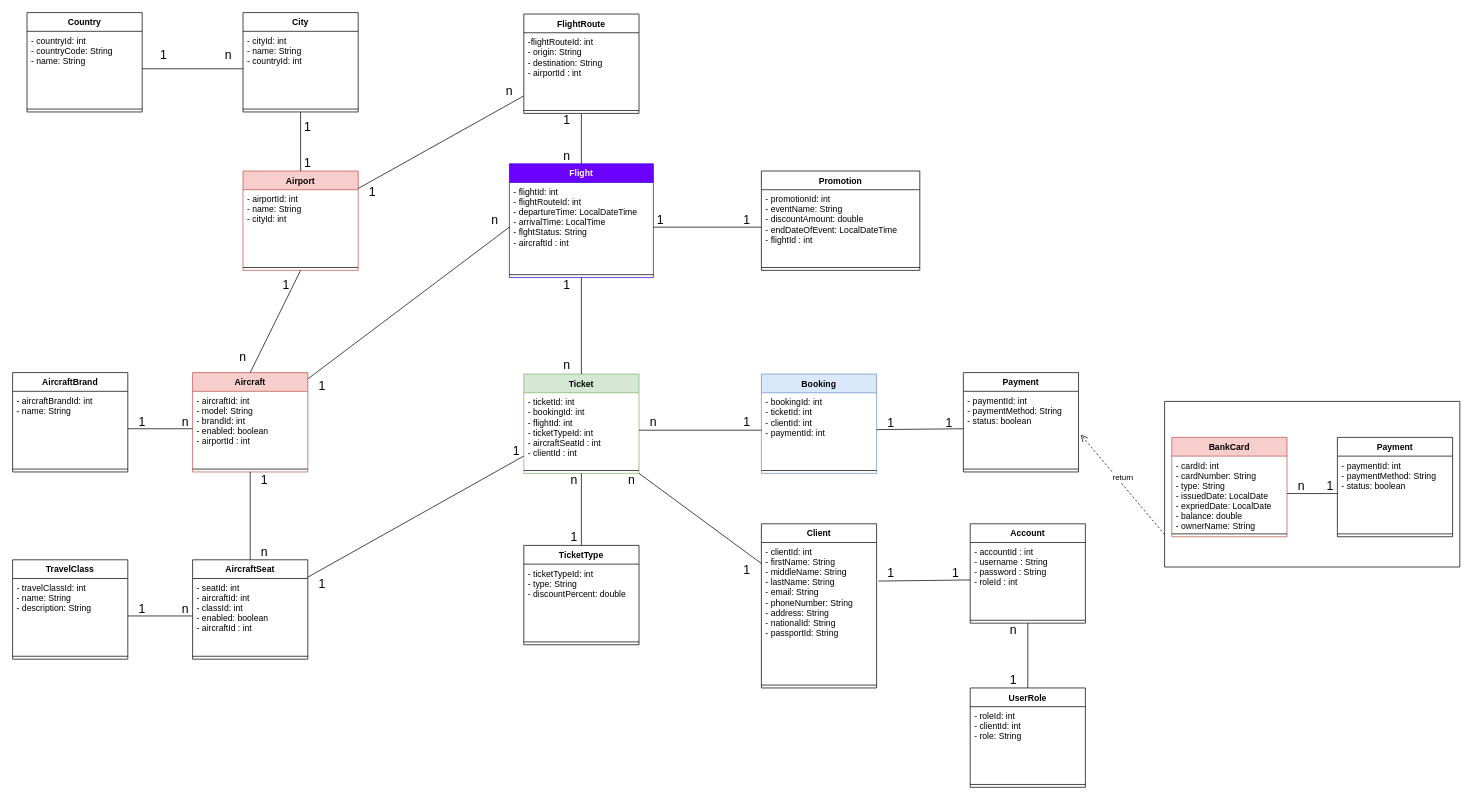
This is page "Page-3" (3 of 4) of Design (1).drawio from Minh-Huy-FlightBooking/flightbookingsystem, a draw.io file, before an edit. Source tidied: cells renumbered, new cells numbered last; positions are measured from the earlier drawing's top-left corner, leaving out a move shared by most shapes. Both pictures are drawn from the tidied source at 72%, with x=0, y=0 at pixel (12, 12).
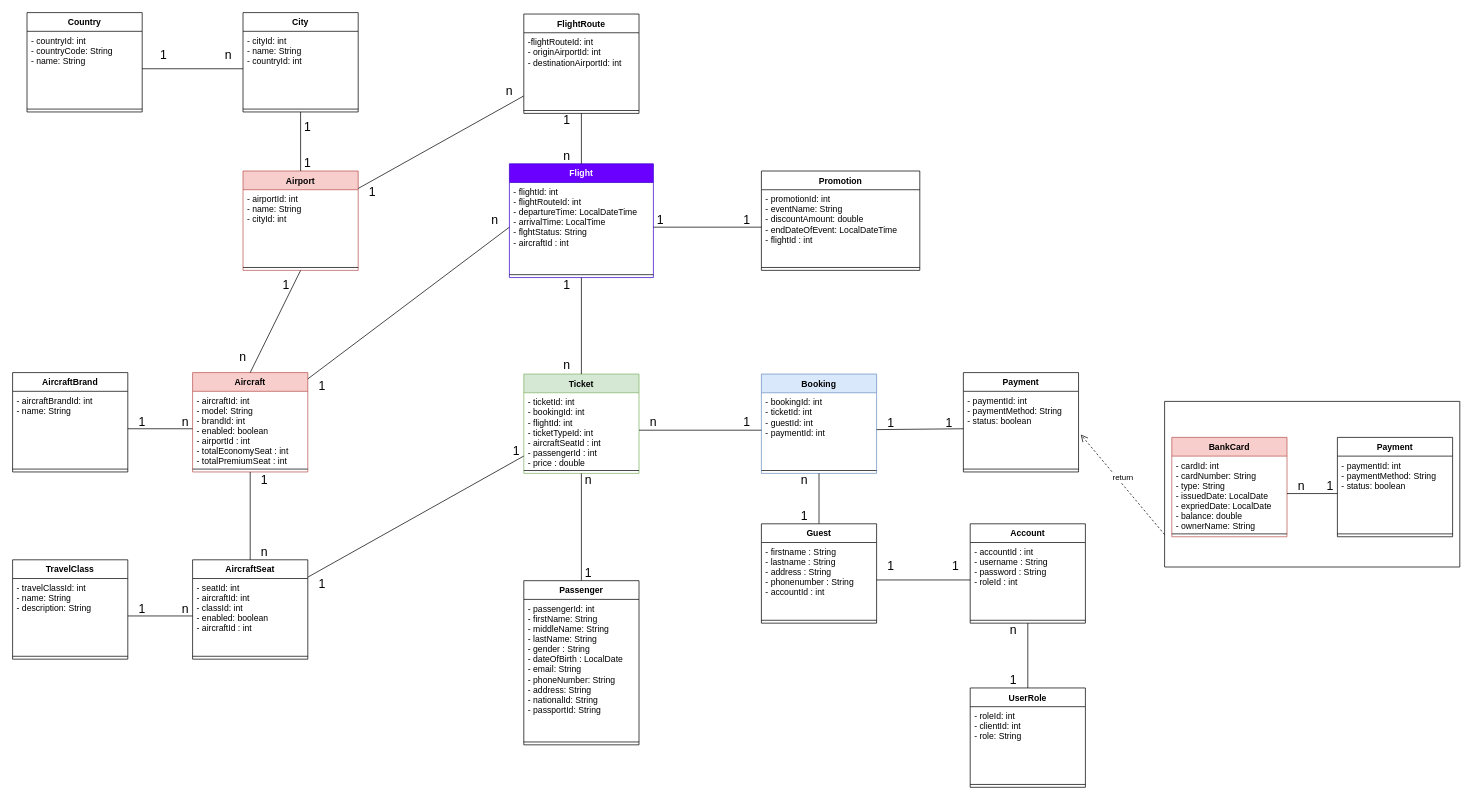
The same page after the edit.

The change refers to these unchanged cells:
```xml
<mxCell id="2" value="Booking" style="swimlane;fontStyle=1;align=center;verticalAlign=top;horizontal=1;startSize=26;fillColor=#dae8fc;strokeColor=#6c8ebf;" parent="1" vertex="1">
  <mxGeometry x="1040" y="502" width="160" height="138" as="geometry" />
</mxCell>
<mxCell id="8" value="Aircraft" style="swimlane;fontStyle=1;align=center;verticalAlign=top;horizontal=1;startSize=26;fillColor=#f8cecc;strokeColor=#b85450;" parent="1" vertex="1">
  <mxGeometry x="250" y="500" width="160" height="138" as="geometry" />
</mxCell>
<mxCell id="17" value="Ticket" style="swimlane;fontStyle=1;align=center;verticalAlign=top;horizontal=1;startSize=26;fillColor=#d5e8d4;strokeColor=#82b366;" parent="1" vertex="1">
  <mxGeometry x="710" y="502" width="160" height="138" as="geometry" />
</mxCell>
<mxCell id="38" value="FlightRoute" style="swimlane;fontStyle=1;align=center;verticalAlign=top;horizontal=1;startSize=26;" parent="1" vertex="1">
  <mxGeometry x="710" y="2" width="160" height="138" as="geometry" />
</mxCell>
<mxCell id="75" value="- accountId : int&#10;- username : String&#10;- password : String&#10;- roleId : int" style="text;strokeColor=none;fillColor=none;align=left;verticalAlign=top;spacingLeft=4;spacingRight=4;overflow=hidden;points=[[0,0.5],[1,0.5]];portConstraint=eastwest;" parent="74" vertex="1">
  <mxGeometry y="26" width="160" height="104" as="geometry" />
</mxCell>
```

Diff of the diagram source:
```diff
@@
-    <mxCell id="3" value="- bookingId: int&#10;- ticketId: int&#10;- clientId: int&#10;- paymentId: int&#10;" style="text;strokeColor=none;fillColor=none;align=left;verticalAlign=top;spacingLeft=4;spacingRight=4;overflow=hidden;points=[[0,0.5],[1,0.5]];portConstraint=eastwest;" parent="2" vertex="1">
+    <mxCell id="3" value="- bookingId: int&#10;- ticketId: int&#10;- guestId: int&#10;- paymentId: int&#10;" style="text;strokeColor=none;fillColor=none;align=left;verticalAlign=top;spacingLeft=4;spacingRight=4;overflow=hidden;points=[[0,0.5],[1,0.5]];portConstraint=eastwest;" parent="2" vertex="1">
       <mxGeometry y="26" width="160" height="104" as="geometry" />
     </mxCell>
@@
-    <mxCell id="9" value="- aircraftId: int&#10;- model: String&#10;- brandId: int&#10;- enabled: boolean&#10;- airportId : int" style="text;strokeColor=none;fillColor=none;align=left;verticalAlign=top;spacingLeft=4;spacingRight=4;overflow=hidden;points=[[0,0.5],[1,0.5]];portConstraint=eastwest;" parent="8" vertex="1">
+    <mxCell id="9" value="- aircraftId: int&#10;- model: String&#10;- brandId: int&#10;- enabled: boolean&#10;- airportId : int&#10;- totalEconomySeat : int&#10;- totalPremiumSeat : int" style="text;strokeColor=none;fillColor=none;align=left;verticalAlign=top;spacingLeft=4;spacingRight=4;overflow=hidden;points=[[0,0.5],[1,0.5]];portConstraint=eastwest;" parent="8" vertex="1">
       <mxGeometry y="26" width="160" height="104" as="geometry" />
     </mxCell>
@@
-    <mxCell id="18" value="- ticketId: int&#10;- bookingId: int&#10;- flightId: int&#10;- ticketTypeId: int&#10;- aircraftSeatId : int&#10;- clientId : int" style="text;strokeColor=none;fillColor=none;align=left;verticalAlign=top;spacingLeft=4;spacingRight=4;overflow=hidden;points=[[0,0.5],[1,0.5]];portConstraint=eastwest;" parent="17" vertex="1">
+    <mxCell id="18" value="- ticketId: int&#10;- bookingId: int&#10;- flightId: int&#10;- ticketTypeId: int&#10;- aircraftSeatId : int&#10;- passengerId : int&#10;- price : double" style="text;strokeColor=none;fillColor=none;align=left;verticalAlign=top;spacingLeft=4;spacingRight=4;overflow=hidden;points=[[0,0.5],[1,0.5]];portConstraint=eastwest;" parent="17" vertex="1">
       <mxGeometry y="26" width="160" height="104" as="geometry" />
     </mxCell>
@@
-    <mxCell id="20" value="Client" style="swimlane;fontStyle=1;align=center;verticalAlign=top;horizontal=1;startSize=26;" parent="1" vertex="1">
-      <mxGeometry x="1040" y="710" width="160" height="228" as="geometry" />
+    <mxCell id="20" value="Passenger" style="swimlane;fontStyle=1;align=center;verticalAlign=top;horizontal=1;startSize=26;" parent="1" vertex="1">
+      <mxGeometry x="710" y="789" width="160" height="228" as="geometry" />
     </mxCell>
-    <mxCell id="21" value="- clientId: int&#10;- firstName: String&#10;- middleName: String&#10;- lastName: String&#10;- email: String&#10;- phoneNumber: String&#10;- address: String&#10;- nationalId: String&#10;- passportId: String" style="text;strokeColor=none;fillColor=none;align=left;verticalAlign=top;spacingLeft=4;spacingRight=4;overflow=hidden;points=[[0,0.5],[1,0.5]];portConstraint=eastwest;" parent="20" vertex="1">
+    <mxCell id="21" value="- passengerId: int&#10;- firstName: String&#10;- middleName: String&#10;- lastName: String&#10;- gender : String&#10;- dateOfBirth : LocalDate&#10;- email: String&#10;- phoneNumber: String&#10;- address: String&#10;- nationalId: String&#10;- passportId: String" style="text;strokeColor=none;fillColor=none;align=left;verticalAlign=top;spacingLeft=4;spacingRight=4;overflow=hidden;points=[[0,0.5],[1,0.5]];portConstraint=eastwest;" parent="20" vertex="1">
       <mxGeometry y="26" width="160" height="194" as="geometry" />
     </mxCell>
@@
-    <mxCell id="39" value="-flightRouteId: int&#10;- origin: String&#10;- destination: String&#10;- airportId : int&#10;&#10;" style="text;strokeColor=none;fillColor=none;align=left;verticalAlign=top;spacingLeft=4;spacingRight=4;overflow=hidden;" parent="38" vertex="1">
+    <mxCell id="39" value="-flightRouteId: int&#10;- originAirportId: int&#10;- destinationAirportId: int&#10;" style="text;strokeColor=none;fillColor=none;align=left;verticalAlign=top;spacingLeft=4;spacingRight=4;overflow=hidden;" parent="38" vertex="1">
       <mxGeometry y="26" width="160" height="104" as="geometry" />
     </mxCell>
@@
-    <mxCell id="47" value="TicketType" style="swimlane;fontStyle=1;align=center;verticalAlign=top;horizontal=1;startSize=26;" parent="1" vertex="1">
-      <mxGeometry x="710" y="740" width="160" height="138" as="geometry" />
-    </mxCell>
-    <mxCell id="48" value="- ticketTypeId: int&#10;- type: String&#10;- discountPercent: double" style="text;strokeColor=none;fillColor=none;align=left;verticalAlign=top;spacingLeft=4;spacingRight=4;overflow=hidden;" parent="47" vertex="1">
-      <mxGeometry y="26" width="160" height="104" as="geometry" />
-    </mxCell>
-    <mxCell id="49" style="line;strokeWidth=1;fillColor=none;align=left;verticalAlign=middle;spacingTop=-1;spacingLeft=3;spacingRight=3;labelPosition=right;" parent="47" vertex="1">
-      <mxGeometry y="130" width="160" height="8" as="geometry" />
-    </mxCell>
@@
-    <mxCell id="54" style="endArrow=none;html=1;exitX=1.016;exitY=0.276;exitDx=0;exitDy=0;entryX=0;entryY=0.5;entryDx=0;entryDy=0;exitPerimeter=0;" parent="1" edge="1" source="21" target="75">
+    <mxCell id="54" style="endArrow=none;html=1;exitX=0.5;exitY=1;exitDx=0;exitDy=0;" parent="1" edge="1" source="2" target="121">
       <mxGeometry relative="1" as="geometry" />
     </mxCell>
-    <mxCell id="55" style="endArrow=none;html=1;exitX=0.5;exitY=0;exitDx=0;exitDy=0;entryX=0.5;entryY=1;entryDx=0;entryDy=0;" parent="1" edge="1" source="47" target="17">
-      <mxGeometry relative="1" as="geometry" />
-    </mxCell>
@@
-    <mxCell id="97" style="endArrow=none;html=1;exitX=1;exitY=1;exitDx=0;exitDy=0;" parent="1" edge="1" source="17" target="20">
+    <mxCell id="97" style="endArrow=none;html=1;exitX=0.5;exitY=1;exitDx=0;exitDy=0;" parent="1" edge="1" source="17" target="20">
       <mxGeometry relative="1" as="geometry" />
     </mxCell>
@@
     <mxCell id="100" value="1" style="text;html=1;strokeColor=none;fillColor=none;align=center;verticalAlign=middle;whiteSpace=wrap;rounded=0;fontSize=17;" parent="1" vertex="1">
-      <mxGeometry x="1000" y="765" width="40" height="20" as="geometry" />
+      <mxGeometry x="780" y="769" width="40" height="20" as="geometry" />
     </mxCell>
-    <mxCell id="101" value="1" style="text;html=1;strokeColor=none;fillColor=none;align=center;verticalAlign=middle;whiteSpace=wrap;rounded=0;fontSize=17;" parent="1" vertex="1">
-      <mxGeometry x="760" y="720" width="40" height="20" as="geometry" />
-    </mxCell>
-    <mxCell id="102" value="n" style="text;html=1;strokeColor=none;fillColor=none;align=center;verticalAlign=middle;whiteSpace=wrap;rounded=0;fontSize=17;" parent="1" vertex="1">
-      <mxGeometry x="760" y="640" width="40" height="20" as="geometry" />
-    </mxCell>
@@
     <mxCell id="105" value="n" style="text;html=1;strokeColor=none;fillColor=none;align=center;verticalAlign=middle;whiteSpace=wrap;rounded=0;fontSize=17;" parent="1" vertex="1">
-      <mxGeometry x="840" y="640" width="40" height="20" as="geometry" />
+      <mxGeometry x="780" y="640" width="40" height="20" as="geometry" />
     </mxCell>
     <mxCell id="106" value="1" style="text;html=1;strokeColor=none;fillColor=none;align=center;verticalAlign=middle;whiteSpace=wrap;rounded=0;fontSize=17;" parent="1" vertex="1">
-      <mxGeometry x="1200" y="769" width="40" height="20" as="geometry" />
+      <mxGeometry x="1200" y="760" width="40" height="20" as="geometry" />
     </mxCell>
     <mxCell id="107" value="1" style="text;html=1;strokeColor=none;fillColor=none;align=center;verticalAlign=middle;whiteSpace=wrap;rounded=0;fontSize=17;" parent="1" vertex="1">
-      <mxGeometry x="1290" y="769" width="40" height="20" as="geometry" />
+      <mxGeometry x="1290" y="760" width="40" height="20" as="geometry" />
     </mxCell>
@@
+    <mxCell id="121" value="Guest" style="swimlane;fontStyle=1;align=center;verticalAlign=top;horizontal=1;startSize=26;" parent="1" vertex="1">
+      <mxGeometry x="1040" y="710" width="160" height="138" as="geometry" />
+    </mxCell>
+    <mxCell id="122" value="- firstname : String&#10;- lastname : String&#10;- address : String&#10;- phonenumber : String&#10;- accountId : int" style="text;strokeColor=none;fillColor=none;align=left;verticalAlign=top;spacingLeft=4;spacingRight=4;overflow=hidden;points=[[0,0.5],[1,0.5]];portConstraint=eastwest;" parent="121" vertex="1">
+      <mxGeometry y="26" width="160" height="104" as="geometry" />
+    </mxCell>
+    <mxCell id="49" style="line;strokeWidth=1;fillColor=none;align=left;verticalAlign=middle;spacingTop=-1;spacingLeft=3;spacingRight=3;labelPosition=right;" parent="121" vertex="1">
+      <mxGeometry y="130" width="160" height="8" as="geometry" />
+    </mxCell>
+    <mxCell id="123" style="endArrow=none;html=1;exitX=1;exitY=0.5;exitDx=0;exitDy=0;entryX=0;entryY=0.5;entryDx=0;entryDy=0;" parent="1" edge="1" source="122" target="75">
+      <mxGeometry relative="1" as="geometry" />
+    </mxCell>
+    <mxCell id="101" value="1" style="text;html=1;strokeColor=none;fillColor=none;align=center;verticalAlign=middle;whiteSpace=wrap;rounded=0;fontSize=17;" parent="1" vertex="1">
+      <mxGeometry x="1080" y="690" width="40" height="20" as="geometry" />
+    </mxCell>
+    <mxCell id="102" value="n" style="text;html=1;strokeColor=none;fillColor=none;align=center;verticalAlign=middle;whiteSpace=wrap;rounded=0;fontSize=17;" parent="1" vertex="1">
+      <mxGeometry x="1080" y="640" width="40" height="20" as="geometry" />
+    </mxCell>
```
